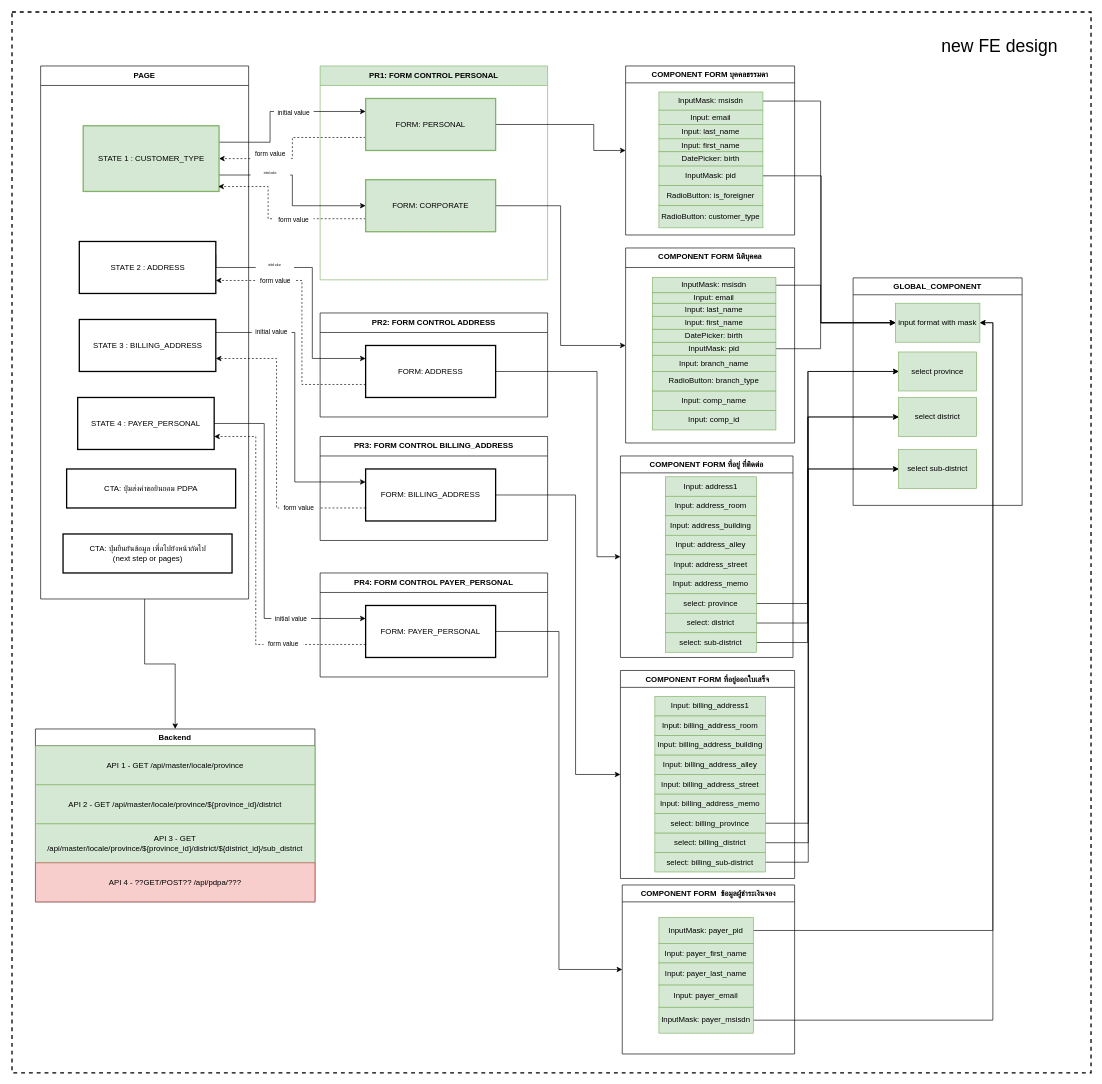
Before: booking_customer-diagram_13-18-FEB.drawio in peapong/draw.io-diagrams, a draw.io diagram. Source tidied: cells renumbered, new cells numbered last; positions are measured from the earlier drawing's top-left corner, leaving out a move shared by most shapes. Both pictures are drawn from the tidied source at 65%, with x=0, y=0 at pixel (12, 12).
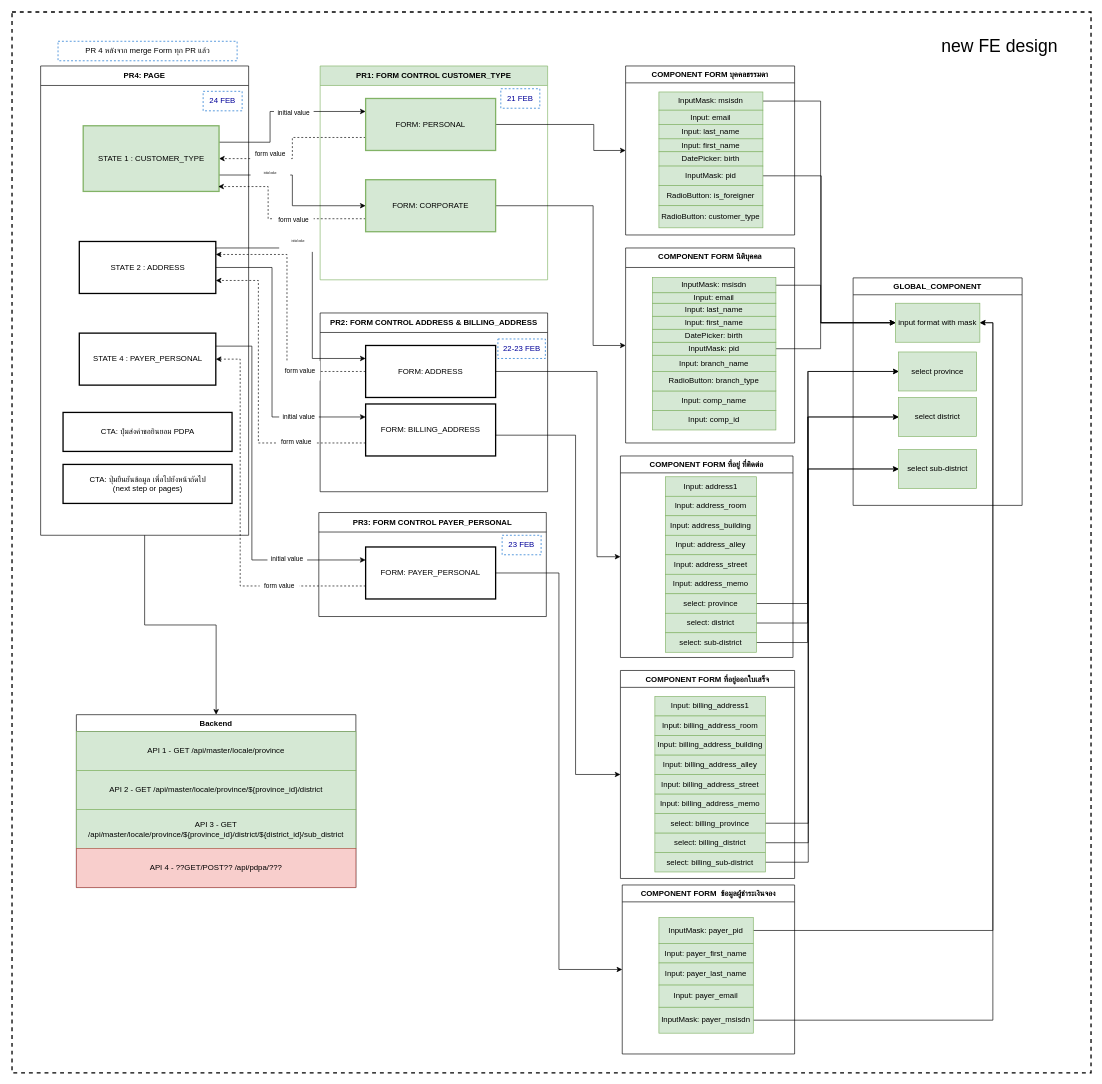
Above is the later version.

The change refers to these unchanged cells:
```xml
<mxCell id="15" value="FORM: CORPORATE" style="rounded=0;whiteSpace=wrap;html=1;fillColor=#d5e8d4;strokeWidth=2;strokeColor=#82b366;" parent="1" vertex="1">
  <mxGeometry x="544" y="258" width="200" height="80" as="geometry" />
</mxCell>
<mxCell id="19" value="FORM: ADDRESS" style="rounded=0;whiteSpace=wrap;html=1;fillColor=default;strokeWidth=2;" parent="1" vertex="1">
  <mxGeometry x="544" y="513" width="200" height="80" as="geometry" />
</mxCell>
<mxCell id="29" value="STATE 2 : ADDRESS" style="rounded=0;whiteSpace=wrap;html=1;fillColor=default;strokeWidth=2;" parent="1" vertex="1">
  <mxGeometry x="103.5" y="353" width="210" height="80" as="geometry" />
</mxCell>
<mxCell id="35" value="COMPONENT FORM นิติบุคคล" style="swimlane;fontStyle=1;align=center;verticalAlign=top;horizontal=1;startSize=30;rounded=0;shadow=0;strokeWidth=1;" parent="1" vertex="1">
  <mxGeometry x="944" y="363" width="260" height="300" as="geometry" />
</mxCell>
<mxCell id="37" value="COMPONENT FORM ที่อยู่ออกใบเสร็จ" style="swimlane;fontStyle=1;align=center;verticalAlign=top;horizontal=1;startSize=26;rounded=0;shadow=0;strokeWidth=1;" parent="1" vertex="1">
  <mxGeometry x="936" y="1013" width="268" height="320" as="geometry" />
</mxCell>
```

The edit, as a diff of the source:
```diff
@@
-    <mxCell id="4" value="&lt;b&gt;PAGE&lt;/b&gt;" style="swimlane;fontStyle=0;horizontal=1;startSize=30;whiteSpace=wrap;html=1;fillColor=default;" parent="1" vertex="1">
-      <mxGeometry x="44" y="83" width="320" height="820" as="geometry" />
+    <mxCell id="4" value="&lt;b&gt;PR4: PAGE&lt;/b&gt;" style="swimlane;fontStyle=0;horizontal=1;startSize=30;whiteSpace=wrap;html=1;fillColor=default;" parent="1" vertex="1">
+      <mxGeometry x="44" y="83" width="320" height="722" as="geometry" />
     </mxCell>
-    <mxCell id="5" value="&lt;b&gt;PR1: FORM CONTROL PERSONAL&lt;/b&gt;" style="swimlane;fontStyle=0;horizontal=1;startSize=30;whiteSpace=wrap;html=1;fillColor=#d5e8d4;strokeColor=#82b366;" parent="1" vertex="1">
+    <mxCell id="5" value="&lt;b&gt;PR1: FORM CONTROL CUSTOMER_TYPE&lt;/b&gt;" style="swimlane;fontStyle=0;horizontal=1;startSize=30;whiteSpace=wrap;html=1;fillColor=#d5e8d4;strokeColor=#82b366;" parent="1" vertex="1">
       <mxGeometry x="474" y="83" width="350" height="329" as="geometry" />
     </mxCell>
@@
     <mxCell id="13" style="edgeStyle=orthogonalEdgeStyle;rounded=0;jettySize=auto;html=1;exitX=1;exitY=0.5;exitDx=0;exitDy=0;entryX=0;entryY=0.5;entryDx=0;entryDy=0;" parent="1" edge="1" source="15" target="35">
-      <mxGeometry relative="1" as="geometry" />
+      <mxGeometry relative="1" as="geometry">
+        <Array as="points">
+          <mxPoint x="894" y="298" />
+          <mxPoint x="894" y="513" />
+        </Array>
+      </mxGeometry>
     </mxCell>
@@
-    <mxCell id="16" value="&lt;b&gt;PR2: FORM CONTROL ADDRESS&lt;/b&gt;" style="swimlane;fontStyle=0;horizontal=1;startSize=30;whiteSpace=wrap;html=1;fillColor=default;" parent="1" vertex="1">
-      <mxGeometry x="474" y="463" width="350" height="160" as="geometry" />
+    <mxCell id="16" value="&lt;b&gt;PR2: FORM CONTROL ADDRESS &amp;amp; BILLING_ADDRESS&lt;/b&gt;" style="swimlane;fontStyle=0;horizontal=1;startSize=30;whiteSpace=wrap;html=1;fillColor=default;" parent="1" vertex="1">
+      <mxGeometry x="474" y="463" width="350" height="275" as="geometry" />
     </mxCell>
@@
-    <mxCell id="18" style="edgeStyle=orthogonalEdgeStyle;rounded=0;jettySize=auto;html=1;exitX=0;exitY=0.75;exitDx=0;exitDy=0;entryX=1;entryY=0.75;entryDx=0;entryDy=0;fontSize=10;fontColor=default;dashed=1;" parent="1" edge="1" source="19" target="29">
+    <mxCell id="18" style="edgeStyle=orthogonalEdgeStyle;rounded=0;jettySize=auto;html=1;exitX=0;exitY=0.5;exitDx=0;exitDy=0;entryX=1;entryY=0.25;entryDx=0;entryDy=0;dashed=1;" parent="1" edge="1" source="19" target="29">
       <mxGeometry relative="1" as="geometry">
         <Array as="points">
-          <mxPoint x="446" y="573" />
-          <mxPoint x="446" y="413" />
+          <mxPoint x="423" y="553" />
+          <mxPoint x="423" y="373" />
         </Array>
       </mxGeometry>
     </mxCell>
@@
-    <mxCell id="20" value="&lt;b&gt;PR3: FORM CONTROL BILLING_ADDRESS&lt;/b&gt;" style="swimlane;fontStyle=0;horizontal=1;startSize=30;whiteSpace=wrap;html=1;fillColor=default;" parent="1" vertex="1">
-      <mxGeometry x="474" y="653" width="350" height="160" as="geometry" />
-    </mxCell>
     <mxCell id="21" style="edgeStyle=orthogonalEdgeStyle;rounded=0;jettySize=auto;html=1;exitX=1;exitY=0.5;exitDx=0;exitDy=0;entryX=0;entryY=0.5;entryDx=0;entryDy=0;" parent="1" edge="1" source="23" target="37">
       <mxGeometry relative="1" as="geometry">
         <Array as="points">
-          <mxPoint x="867" y="743" />
+          <mxPoint x="744" y="651" />
+          <mxPoint x="867" y="651" />
           <mxPoint x="867" y="1173" />
         </Array>
       </mxGeometry>
     </mxCell>
-    <mxCell id="22" style="edgeStyle=orthogonalEdgeStyle;rounded=0;jettySize=auto;html=1;exitX=0;exitY=0.75;exitDx=0;exitDy=0;entryX=1;entryY=0.75;entryDx=0;entryDy=0;fontSize=10;fontColor=default;dashed=1;" parent="1" edge="1" source="23" target="31">
-      <mxGeometry relative="1" as="geometry">
-        <Array as="points">
-          <mxPoint x="407" y="763" />
-          <mxPoint x="407" y="533" />
-        </Array>
-      </mxGeometry>
-    </mxCell>
+    <mxCell id="115" style="edgeStyle=orthogonalEdgeStyle;rounded=0;jettySize=auto;html=1;exitX=0;exitY=0.75;exitDx=0;exitDy=0;entryX=1;entryY=0.75;entryDx=0;entryDy=0;dashed=1;" parent="1" edge="1" source="23" target="29">
+      <mxGeometry relative="1" as="geometry">
+        <Array as="points">
+          <mxPoint x="379" y="663" />
+          <mxPoint x="379" y="413" />
+        </Array>
+      </mxGeometry>
+    </mxCell>
     <mxCell id="23" value="FORM: BILLING_ADDRESS" style="rounded=0;whiteSpace=wrap;html=1;fillColor=default;strokeWidth=2;" parent="1" vertex="1">
-      <mxGeometry x="544" y="703" width="200" height="80" as="geometry" />
+      <mxGeometry x="544" y="603" width="200" height="80" as="geometry" />
     </mxCell>
-    <mxCell id="24" value="&lt;b&gt;PR4: FORM CONTROL PAYER_PERSONAL&lt;/b&gt;" style="swimlane;fontStyle=0;horizontal=1;startSize=30;whiteSpace=wrap;html=1;fillColor=default;" parent="1" vertex="1">
-      <mxGeometry x="474" y="863" width="350" height="160" as="geometry" />
+    <mxCell id="24" value="&lt;b&gt;PR3: FORM CONTROL PAYER_PERSONAL&lt;/b&gt;" style="swimlane;fontStyle=0;horizontal=1;startSize=30;whiteSpace=wrap;html=1;fillColor=default;" parent="1" vertex="1">
+      <mxGeometry x="472" y="770" width="350" height="160" as="geometry" />
     </mxCell>
@@
-    <mxCell id="26" style="edgeStyle=orthogonalEdgeStyle;rounded=0;jettySize=auto;html=1;exitX=0;exitY=0.75;exitDx=0;exitDy=0;entryX=1;entryY=0.75;entryDx=0;entryDy=0;fontSize=10;fontColor=default;dashed=1;" parent="1" edge="1" source="27" target="33">
+    <mxCell id="26" style="edgeStyle=orthogonalEdgeStyle;rounded=0;jettySize=auto;html=1;exitX=0;exitY=0.75;exitDx=0;exitDy=0;entryX=1;entryY=0.5;entryDx=0;entryDy=0;dashed=1;" parent="1" edge="1" source="27" target="33">
       <mxGeometry relative="1" as="geometry">
         <Array as="points">
-          <mxPoint x="375" y="973" />
-          <mxPoint x="375" y="653" />
+          <mxPoint x="351" y="883" />
+          <mxPoint x="351" y="534" />
         </Array>
       </mxGeometry>
     </mxCell>
     <mxCell id="27" value="FORM:&amp;nbsp;&lt;span style=&quot;border-color: var(--border-color);&quot;&gt;PAYER_PERSONAL&lt;/span&gt;" style="rounded=0;whiteSpace=wrap;html=1;fillColor=default;strokeWidth=2;" parent="1" vertex="1">
-      <mxGeometry x="544" y="913" width="200" height="80" as="geometry" />
+      <mxGeometry x="544" y="823" width="200" height="80" as="geometry" />
     </mxCell>
     <mxCell id="28" style="edgeStyle=orthogonalEdgeStyle;rounded=0;jettySize=auto;html=1;exitX=1;exitY=0.25;exitDx=0;exitDy=0;entryX=0;entryY=0.25;entryDx=0;entryDy=0;fontSize=10;fontColor=default;" parent="1" edge="1" source="29" target="19">
       <mxGeometry relative="1" as="geometry">
         <Array as="points">
-          <mxPoint x="314" y="393" />
-          <mxPoint x="462" y="393" />
+          <mxPoint x="314" y="363" />
+          <mxPoint x="462" y="363" />
           <mxPoint x="462" y="533" />
         </Array>
       </mxGeometry>
     </mxCell>
+    <mxCell id="116" style="edgeStyle=orthogonalEdgeStyle;rounded=0;jettySize=auto;html=1;exitX=1;exitY=0.5;exitDx=0;exitDy=0;entryX=0;entryY=0.25;entryDx=0;entryDy=0;" parent="1" edge="1" source="29" target="23">
+      <mxGeometry relative="1" as="geometry">
+        <Array as="points">
+          <mxPoint x="400" y="393" />
+          <mxPoint x="400" y="623" />
+        </Array>
+      </mxGeometry>
+    </mxCell>
@@
-    <mxCell id="30" style="edgeStyle=orthogonalEdgeStyle;rounded=0;jettySize=auto;html=1;exitX=1;exitY=0.25;exitDx=0;exitDy=0;entryX=0;entryY=0.25;entryDx=0;entryDy=0;fontSize=10;fontColor=default;" parent="1" edge="1" source="31" target="23">
-      <mxGeometry relative="1" as="geometry">
-        <Array as="points">
-          <mxPoint x="435" y="493" />
-          <mxPoint x="435" y="723" />
-        </Array>
-      </mxGeometry>
-    </mxCell>
-    <mxCell id="31" value="STATE 3 :&amp;nbsp;&lt;span style=&quot;border-color: var(--border-color);&quot;&gt;BILLING_ADDRESS&lt;/span&gt;" style="rounded=0;whiteSpace=wrap;html=1;fillColor=default;strokeWidth=2;" parent="1" vertex="1">
-      <mxGeometry x="103.5" y="473" width="210" height="80" as="geometry" />
-    </mxCell>
-    <mxCell id="32" style="edgeStyle=orthogonalEdgeStyle;rounded=0;jettySize=auto;html=1;exitX=1;exitY=0.5;exitDx=0;exitDy=0;entryX=0;entryY=0.25;entryDx=0;entryDy=0;fontSize=10;fontColor=default;" parent="1" edge="1" source="33" target="27">
+    <mxCell id="32" style="edgeStyle=orthogonalEdgeStyle;rounded=0;jettySize=auto;html=1;exitX=1;exitY=0.25;exitDx=0;exitDy=0;entryX=0;entryY=0.25;entryDx=0;entryDy=0;" parent="1" edge="1" source="33" target="27">
       <mxGeometry relative="1" as="geometry">
         <Array as="points">
-          <mxPoint x="388" y="633" />
-          <mxPoint x="388" y="933" />
+          <mxPoint x="369" y="514" />
+          <mxPoint x="369" y="843" />
         </Array>
       </mxGeometry>
     </mxCell>
     <mxCell id="33" value="STATE 4 :&amp;nbsp;&lt;span style=&quot;border-color: var(--border-color);&quot;&gt;PAYER_PERSONAL&lt;/span&gt;" style="rounded=0;whiteSpace=wrap;html=1;fillColor=default;strokeWidth=2;" parent="1" vertex="1">
-      <mxGeometry x="101" y="593" width="210" height="80" as="geometry" />
+      <mxGeometry x="103.5" y="494" width="210" height="80" as="geometry" />
     </mxCell>
@@
     <mxCell id="98" value="CTA: ปุ่มส่งคำขอยินยอม PDPA" style="rounded=0;whiteSpace=wrap;html=1;strokeWidth=2;" parent="1" vertex="1">
-      <mxGeometry x="84" y="703" width="260" height="60" as="geometry" />
+      <mxGeometry x="78.5" y="616" width="260" height="60" as="geometry" />
     </mxCell>
     <mxCell id="99" value="CTA: ปุ่มยืนยันข้อมูล เพื่อไปยังหน้าถัดไป&lt;br&gt;(next step or pages)" style="rounded=0;whiteSpace=wrap;html=1;strokeWidth=2;" parent="1" vertex="1">
-      <mxGeometry x="78.5" y="803" width="260" height="60" as="geometry" />
+      <mxGeometry x="78.5" y="696" width="260" height="60" as="geometry" />
     </mxCell>
     <mxCell id="100" value="Backend" style="swimlane;fontStyle=1;align=center;verticalAlign=top;horizontal=1;startSize=26;rounded=0;shadow=0;strokeWidth=1;" parent="1" vertex="1">
-      <mxGeometry x="36" y="1103" width="430" height="266" as="geometry" />
+      <mxGeometry x="99" y="1081" width="430" height="266" as="geometry" />
     </mxCell>
@@
     <mxCell id="107" value="&lt;font style=&quot;font-size: 4px;&quot;&gt;initial value&lt;/font&gt;" style="text;html=1;align=center;verticalAlign=middle;whiteSpace=wrap;rounded=0;fontSize=4;fillColor=default;gradientColor=none;shadow=0;imageAspect=1;" parent="1" vertex="1">
-      <mxGeometry x="375" y="376" width="59" height="30" as="geometry" />
+      <mxGeometry x="411" y="339" width="59" height="30" as="geometry" />
     </mxCell>
     <mxCell id="108" value="&lt;font style=&quot;font-size: 10px;&quot;&gt;initial value&lt;/font&gt;" style="text;html=1;align=center;verticalAlign=middle;whiteSpace=wrap;rounded=0;fontSize=4;fillColor=default;gradientColor=none;shadow=0;imageAspect=1;" parent="1" vertex="1">
-      <mxGeometry x="369" y="477" width="61" height="30" as="geometry" />
+      <mxGeometry x="411" y="607" width="61" height="30" as="geometry" />
     </mxCell>
     <mxCell id="109" value="&lt;font style=&quot;font-size: 10px;&quot;&gt;initial value&lt;/font&gt;" style="text;html=1;align=center;verticalAlign=middle;whiteSpace=wrap;rounded=0;fontSize=4;fillColor=default;gradientColor=none;shadow=0;imageAspect=1;" parent="1" vertex="1">
-      <mxGeometry x="399" y="918" width="61" height="30" as="geometry" />
+      <mxGeometry x="393" y="826" width="61" height="30" as="geometry" />
     </mxCell>
@@
     <mxCell id="112" value="&lt;span style=&quot;font-size: 10px;&quot;&gt;form value&lt;/span&gt;" style="text;html=1;align=center;verticalAlign=middle;whiteSpace=wrap;rounded=0;fontSize=8;fillColor=default;gradientColor=none;shadow=0;imageAspect=1;" parent="1" vertex="1">
-      <mxGeometry x="375" y="398" width="61" height="30" as="geometry" />
+      <mxGeometry x="413" y="537" width="61" height="30" as="geometry" />
     </mxCell>
     <mxCell id="113" value="&lt;span style=&quot;font-size: 10px;&quot;&gt;form value&lt;/span&gt;" style="text;html=1;align=center;verticalAlign=middle;whiteSpace=wrap;rounded=0;fontSize=8;fillColor=default;gradientColor=none;shadow=0;imageAspect=1;" parent="1" vertex="1">
-      <mxGeometry x="411" y="747" width="61" height="30" as="geometry" />
+      <mxGeometry x="407" y="646" width="61" height="30" as="geometry" />
     </mxCell>
     <mxCell id="114" value="&lt;span style=&quot;font-size: 10px;&quot;&gt;form value&lt;/span&gt;" style="text;html=1;align=center;verticalAlign=middle;whiteSpace=wrap;rounded=0;fontSize=8;fillColor=default;gradientColor=none;shadow=0;imageAspect=1;" parent="1" vertex="1">
-      <mxGeometry x="387" y="957" width="61" height="30" as="geometry" />
+      <mxGeometry x="381" y="867" width="61" height="30" as="geometry" />
     </mxCell>
+    <mxCell id="117" value="PR 4 หลังจาก merge Form ทุก PR แล้ว" style="text;html=1;align=center;verticalAlign=middle;whiteSpace=wrap;rounded=0;dashed=1;strokeColor=#0066CC;" parent="1" vertex="1">
+      <mxGeometry x="70.8" y="45" width="275.5" height="30" as="geometry" />
+    </mxCell>
+    <mxCell id="118" value="&lt;font color=&quot;#000099&quot;&gt;21 FEB&lt;/font&gt;" style="text;html=1;align=center;verticalAlign=middle;whiteSpace=wrap;rounded=0;dashed=1;strokeColor=#0066CC;" parent="1" vertex="1">
+      <mxGeometry x="752" y="118" width="60" height="30" as="geometry" />
+    </mxCell>
+    <mxCell id="119" value="&lt;font color=&quot;#000099&quot;&gt;22-23 FEB&lt;/font&gt;" style="text;html=1;align=center;verticalAlign=middle;whiteSpace=wrap;rounded=0;dashed=1;strokeColor=#0066CC;" parent="1" vertex="1">
+      <mxGeometry x="747.5" y="503" width="73" height="30" as="geometry" />
+    </mxCell>
+    <mxCell id="120" value="&lt;font color=&quot;#000099&quot;&gt;23 FEB&lt;/font&gt;" style="text;html=1;align=center;verticalAlign=middle;whiteSpace=wrap;rounded=0;dashed=1;strokeColor=#0066CC;" parent="1" vertex="1">
+      <mxGeometry x="754" y="805" width="60" height="30" as="geometry" />
+    </mxCell>
+    <mxCell id="121" value="&lt;font color=&quot;#000099&quot;&gt;24 FEB&lt;/font&gt;" style="text;html=1;align=center;verticalAlign=middle;whiteSpace=wrap;rounded=0;dashed=1;strokeColor=#0066CC;" parent="1" vertex="1">
+      <mxGeometry x="294" y="122" width="60" height="30" as="geometry" />
+    </mxCell>
```
